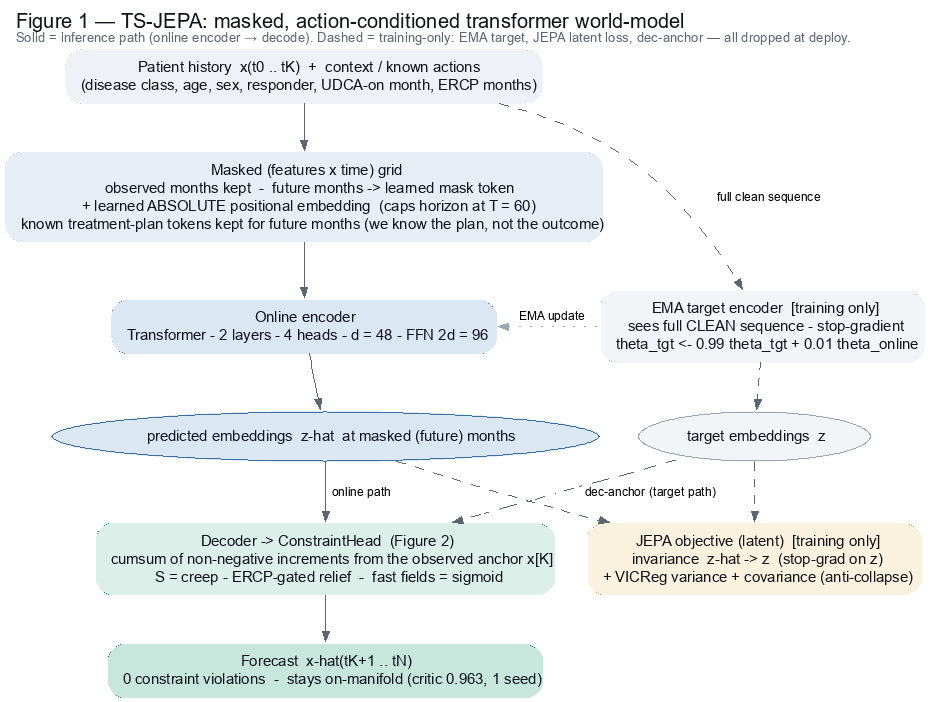
Above: figures/arch_tsjepa.png in adhikari-pratik/digital_liver (Graphviz), before the change. Its source is kept beside it as figures/arch_tsjepa.dot.
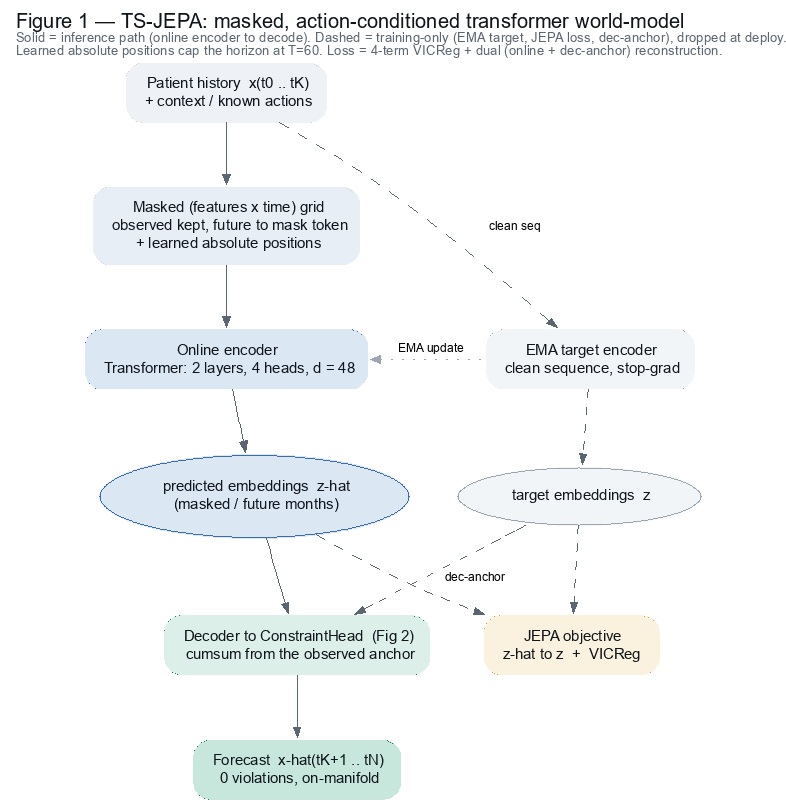
After the change.

Commit message:
memo.tex: add author + drop em dashes; declutter Figure 1

What changed in the source:
```diff
@@ -1,36 +1,33 @@
 digraph tsjepa {
-  rankdir=TB; bgcolor="white"; splines=spline; nodesep=0.35; ranksep=0.5;
+  rankdir=TB; bgcolor="white"; splines=spline; nodesep=0.5; ranksep=0.65;
   labelloc="t"; labeljust="l"; fontname="Arial"; fontsize=15; fontcolor="#10151c";
-  label=<<b>Figure 1 &#8212; TS-JEPA: masked, action-conditioned transformer world-model</b><br align="left"/><font point-size="10" color="#5b6673">Solid = inference path (online encoder &#8594; decode). Dashed = training-only: EMA target, JEPA latent loss, dec-anchor &#8212; all dropped at deploy.</font><br align="left"/>>;
+  label=<<b>Figure 1 &#8212; TS-JEPA: masked, action-conditioned transformer world-model</b><br align="left"/><font point-size="10" color="#5b6673">Solid = inference path (online encoder to decode). Dashed = training-only (EMA target, JEPA loss, dec-anchor), dropped at deploy.<br align="left"/>Learned absolute positions cap the horizon at T=60. Loss = 4-term VICReg + dual (online + dec-anchor) reconstruction.<br align="left"/></font>>;
 
   node [shape=box, style="rounded,filled", fontname="Arial", fontsize=11,
-        margin="0.16,0.09", color="#c9d2db", penwidth=1.3, fontcolor="#10151c"];
-  edge [color="#5b6673", fontname="Arial", fontsize=9, arrowsize=0.75];
+        margin="0.20,0.12", color="#c9d2db", penwidth=1.4, fontcolor="#10151c"];
+  edge [color="#5b6673", fontname="Arial", fontsize=9, arrowsize=0.8];
 
-  input  [label="Patient history  x(t0 .. tK)  +  context / known actions\n(disease class, age, sex, responder, UDCA-on month, ERCP months)", fillcolor="#eef2f6"];
-  grid   [label="Masked (features x time) grid\nobserved months kept  -  future months -> learned mask token\n+ learned ABSOLUTE positional embedding  (caps horizon at T = 60)\nknown treatment-plan tokens kept for future months (we know the plan, not the outcome)", fillcolor="#e7eef5"];
-  online [label="Online encoder\nTransformer - 2 layers - 4 heads - d = 48 - FFN 2d = 96", fillcolor="#dbe7f3", color="#3b6ea5"];
-  zon    [label="predicted embeddings  z-hat  at masked (future) months", shape=ellipse, fillcolor="#dbe7f3", color="#3b6ea5"];
-  dec    [label="Decoder -> ConstraintHead  (Figure 2)\ncumsum of non-negative increments from the observed anchor x[K]\nS = creep - ERCP-gated relief  -  fast fields = sigmoid", fillcolor="#dcefe9", color="#0e7c6b"];
-  out    [label="Forecast  x-hat(tK+1 .. tN)\n0 constraint violations  -  stays on-manifold (critic 0.963, 1 seed)", fillcolor="#c7e7dd", color="#0e7c6b", penwidth=1.6];
+  input  [label="Patient history  x(t0 .. tK)\n+ context / known actions", fillcolor="#eef2f6"];
+  grid   [label="Masked (features x time) grid\nobserved kept, future to mask token\n+ learned absolute positions", fillcolor="#e7eef5"];
+  online [label="Online encoder\nTransformer: 2 layers, 4 heads, d = 48", fillcolor="#dbe7f3", color="#3b6ea5"];
+  zon    [label="predicted embeddings  z-hat\n(masked / future months)", shape=ellipse, fillcolor="#dbe7f3", color="#3b6ea5"];
+  dec    [label="Decoder to ConstraintHead  (Fig 2)\ncumsum from the observed anchor", fillcolor="#dcefe9", color="#0e7c6b"];
+  out    [label="Forecast  x-hat(tK+1 .. tN)\n0 violations, on-manifold", fillcolor="#c7e7dd", color="#0e7c6b", penwidth=1.7];
 
-  target [label="EMA target encoder  [training only]\nsees full CLEAN sequence - stop-gradient\ntheta_tgt <- 0.99 theta_tgt + 0.01 theta_online", fillcolor="#f2f5f8", color="#9aa6b2", style="rounded,filled,dashed"];
+  target [label="EMA target encoder\nclean sequence, stop-grad", fillcolor="#f2f5f8", color="#9aa6b2", style="rounded,filled,dashed"];
   ztg    [label="target embeddings  z", shape=ellipse, fillcolor="#f2f5f8", color="#9aa6b2"];
-  jepa   [label="JEPA objective (latent)  [training only]\ninvariance  z-hat -> z  (stop-grad on z)\n+ VICReg variance + covariance (anti-collapse)", fillcolor="#fbf1df", color="#d69b45"];
-  target -> ztg [style=dashed];
+  jepa   [label="JEPA objective\nz-hat to z  +  VICReg", fillcolor="#fbf1df", color="#d69b45"];
 
-  input -> grid;
-  grid  -> online;
-  online -> zon;
-  zon -> dec [label="  online path"];
-  dec -> out;
+  input -> grid -> online -> zon -> dec -> out;
 
-  input -> target [style=dashed, constraint=false, label="  full clean sequence"];
-  zon -> jepa [style=dashed];
-  ztg -> jepa [style=dashed];
-  ztg -> dec  [label="  dec-anchor (target path)", style=dashed];
-  online -> target [label="  EMA update", style=dotted, dir=back, constraint=false, color="#9aa6b2"];
+  input  -> target [style=dashed, constraint=false, label="  clean seq"];
+  online -> target [style=dotted, dir=back, constraint=false, color="#9aa6b2", label="  EMA update"];
+  target -> ztg    [style=dashed];
+  zon    -> jepa   [style=dashed];
+  ztg    -> jepa   [style=dashed];
+  ztg    -> dec    [style=dashed, label="  dec-anchor"];
 
   { rank=same; online; target; }
   { rank=same; zon; ztg; }
+  { rank=same; dec; jepa; }
 }
```
